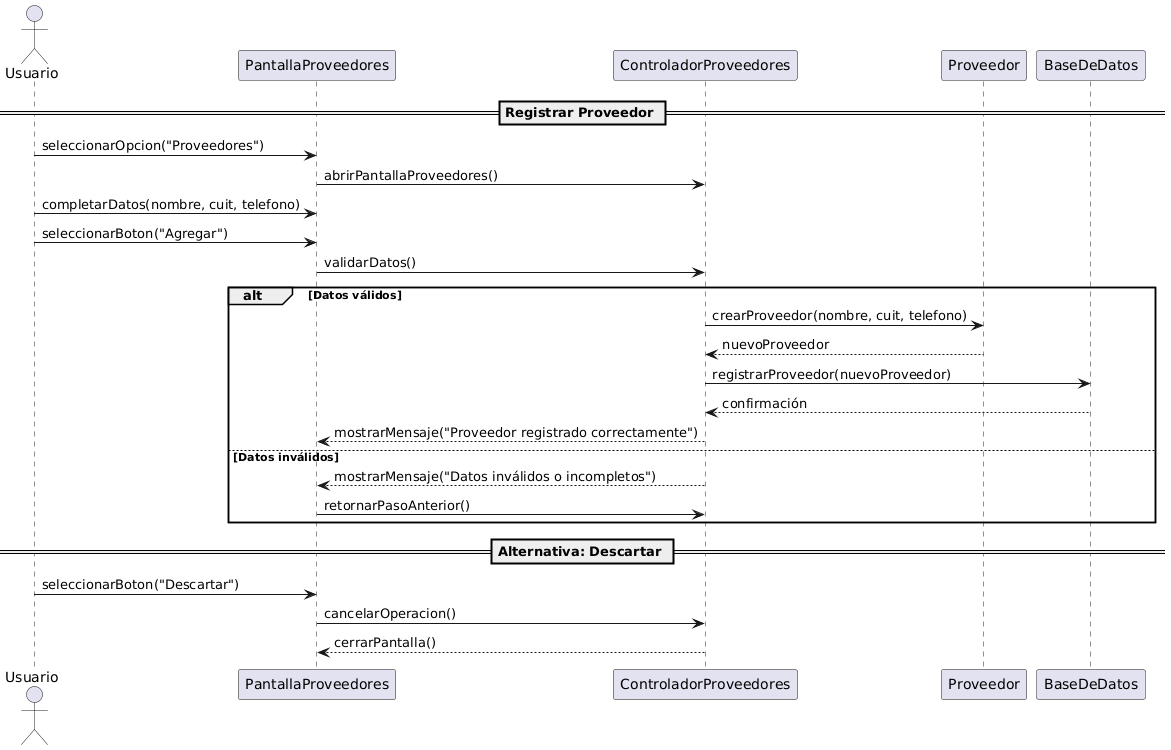
EmanuelMonella/baterias keeps this PlantUML diagram as 08 - Diagrama de secuencia/04 - Proveedores/Registrar proveedor.png. Above is the earlier version. Source of this version:
```plantuml
@startuml
actor Usuario
participant PantallaProveedores
participant ControladorProveedores
participant Proveedor
participant BaseDeDatos

== Registrar Proveedor ==

Usuario -> PantallaProveedores : seleccionarOpcion("Proveedores")
PantallaProveedores -> ControladorProveedores : abrirPantallaProveedores()

Usuario -> PantallaProveedores : completarDatos(nombre, cuit, telefono)
Usuario -> PantallaProveedores : seleccionarBoton("Agregar")
PantallaProveedores -> ControladorProveedores : validarDatos()

alt Datos válidos
    ControladorProveedores -> Proveedor : crearProveedor(nombre, cuit, telefono)
    Proveedor --> ControladorProveedores : nuevoProveedor
    ControladorProveedores -> BaseDeDatos : registrarProveedor(nuevoProveedor)
    BaseDeDatos --> ControladorProveedores : confirmación
    ControladorProveedores --> PantallaProveedores : mostrarMensaje("Proveedor registrado correctamente")
else Datos inválidos
    ControladorProveedores --> PantallaProveedores : mostrarMensaje("Datos inválidos o incompletos")
    PantallaProveedores -> ControladorProveedores : retornarPasoAnterior()
end

== Alternativa: Descartar ==
Usuario -> PantallaProveedores : seleccionarBoton("Descartar")
PantallaProveedores -> ControladorProveedores : cancelarOperacion()
ControladorProveedores --> PantallaProveedores : cerrarPantalla()
@enduml
```
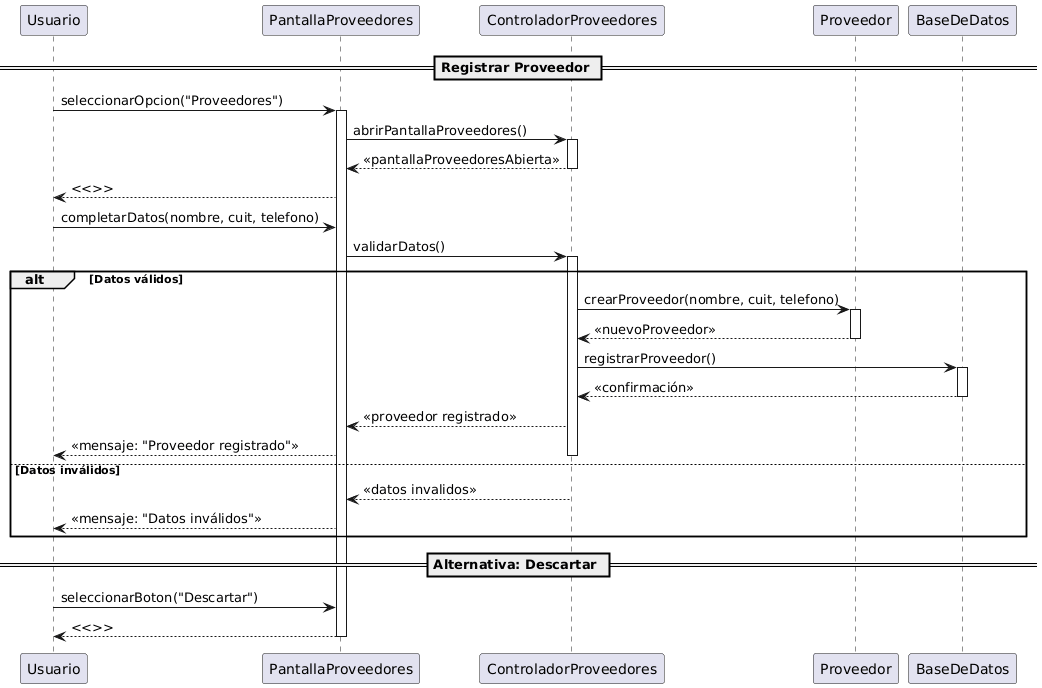
After the change.

What changed in the source:
```diff
@@ -1,32 +1,41 @@
 @startuml
-actor Usuario
-participant PantallaProveedores
-participant ControladorProveedores
-participant Proveedor
-participant BaseDeDatos
-
 == Registrar Proveedor ==
 
 Usuario -> PantallaProveedores : seleccionarOpcion("Proveedores")
+activate PantallaProveedores
 PantallaProveedores -> ControladorProveedores : abrirPantallaProveedores()
+activate ControladorProveedores
+ControladorProveedores --> PantallaProveedores : <<pantallaProveedoresAbierta>>
+deactivate ControladorProveedores
+PantallaProveedores --> Usuario : <<>>
+Usuario -> PantallaProveedores : completarDatos(nombre, cuit, telefono)
 
-Usuario -> PantallaProveedores : completarDatos(nombre, cuit, telefono)
-Usuario -> PantallaProveedores : seleccionarBoton("Agregar")
 PantallaProveedores -> ControladorProveedores : validarDatos()
+activate ControladorProveedores
 
 alt Datos válidos
     ControladorProveedores -> Proveedor : crearProveedor(nombre, cuit, telefono)
-    Proveedor --> ControladorProveedores : nuevoProveedor
-    ControladorProveedores -> BaseDeDatos : registrarProveedor(nuevoProveedor)
-    BaseDeDatos --> ControladorProveedores : confirmación
-    ControladorProveedores --> PantallaProveedores : mostrarMensaje("Proveedor registrado correctamente")
+    activate Proveedor
+    Proveedor --> ControladorProveedores : <<nuevoProveedor>>
+    deactivate Proveedor
+
+    ControladorProveedores -> BaseDeDatos : registrarProveedor()
+    activate BaseDeDatos
+    BaseDeDatos --> ControladorProveedores : <<confirmación>>
+    deactivate BaseDeDatos
+
+    ControladorProveedores --> PantallaProveedores : <<proveedor registrado>>
+    PantallaProveedores --> Usuario : <<mensaje: "Proveedor registrado">>
+    deactivate ControladorProveedores
+
 else Datos inválidos
-    ControladorProveedores --> PantallaProveedores : mostrarMensaje("Datos inválidos o incompletos")
-    PantallaProveedores -> ControladorProveedores : retornarPasoAnterior()
+    ControladorProveedores --> PantallaProveedores : <<datos invalidos>>
+    PantallaProveedores --> Usuario : <<mensaje: "Datos inválidos">>
+    deactivate ControladorProveedores
 end
 
 == Alternativa: Descartar ==
 Usuario -> PantallaProveedores : seleccionarBoton("Descartar")
-PantallaProveedores -> ControladorProveedores : cancelarOperacion()
-ControladorProveedores --> PantallaProveedores : cerrarPantalla()
+PantallaProveedores --> Usuario : <<>>
+deactivate PantallaProveedores
 @enduml
```
